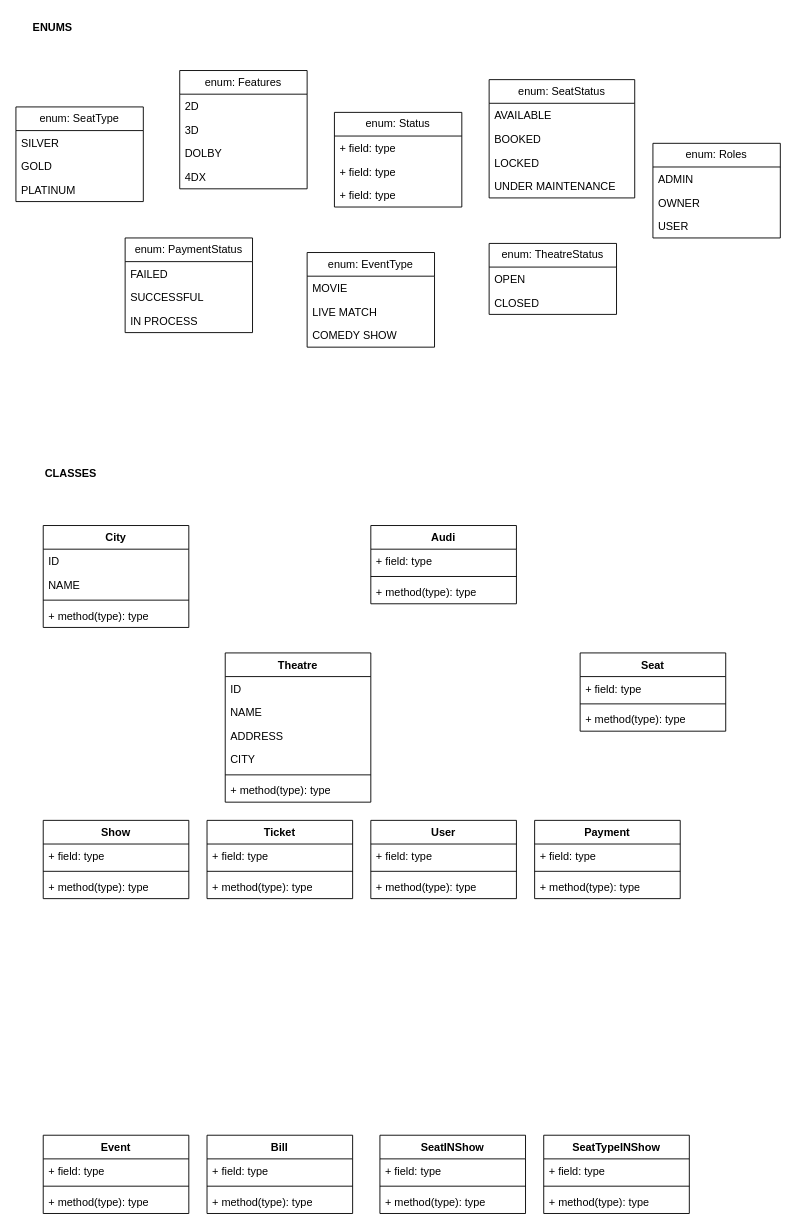
Earlier version of the draw.io diagram BookMySHow.drawio (surajnaik90/Architectures-Designs). Source tidied: cells renumbered, new cells numbered last; positions are measured from the earlier drawing's top-left corner, leaving out a move shared by most shapes. Both pictures are drawn from the tidied source at 91%, with x=0, y=0 at pixel (15, 15).
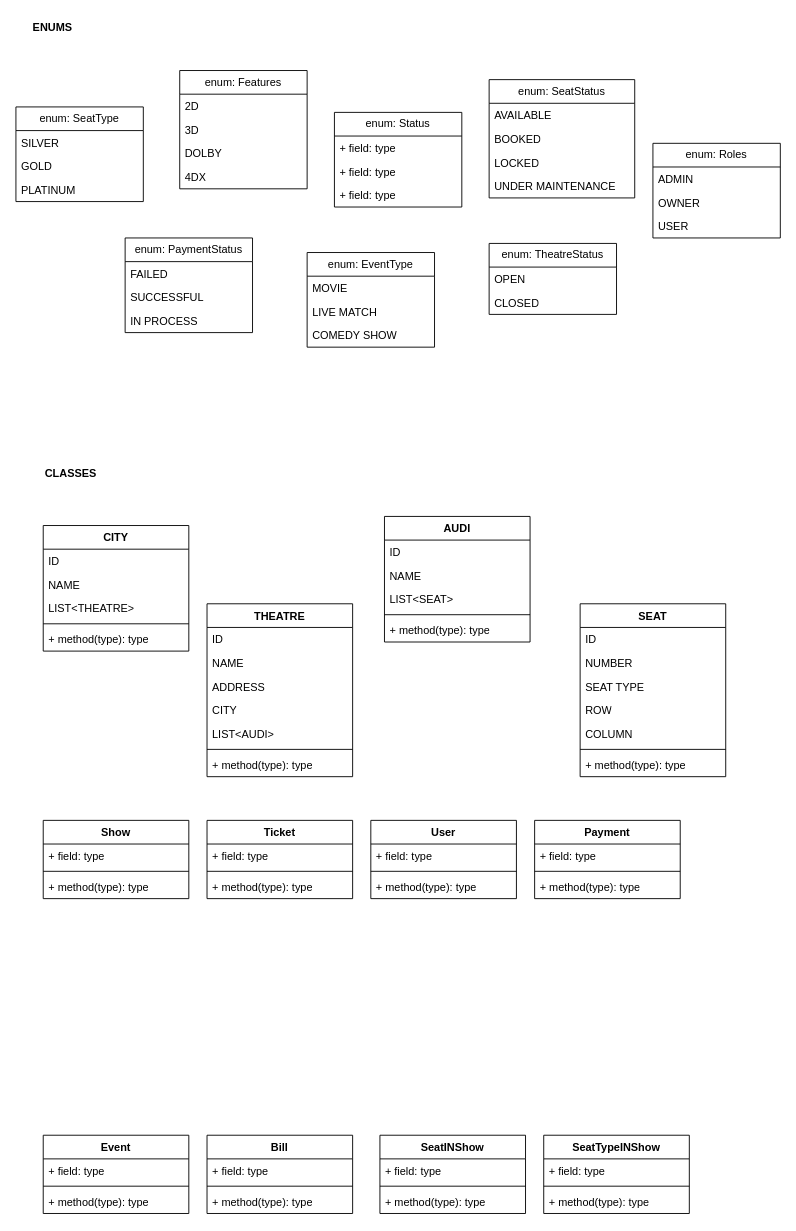
The same page after the edit.

What changed in the source:
```diff
@@
-    <mxCell id="2" value="Theatre" style="swimlane;fontStyle=1;align=center;verticalAlign=top;horizontal=1;startSize=26;whiteSpace=wrap;html=1;" parent="1" vertex="1">
-      <mxGeometry x="230" y="700" width="160" height="164" as="geometry" />
+    <mxCell id="2" value="THEATRE" style="swimlane;fontStyle=1;align=center;verticalAlign=top;horizontal=1;startSize=26;whiteSpace=wrap;html=1;" parent="1" vertex="1">
+      <mxGeometry x="210" y="646" width="160" height="190" as="geometry" />
     </mxCell>
@@
+    <mxCell id="89" value="LIST&amp;lt;AUDI&amp;gt;" style="text;strokeColor=none;fillColor=none;align=left;verticalAlign=top;spacingLeft=4;spacingRight=4;overflow=hidden;whiteSpace=wrap;html=1;" parent="2" vertex="1">
+      <mxGeometry y="130" width="160" height="26" as="geometry" />
+    </mxCell>
     <mxCell id="7" style="line;strokeWidth=1;fillColor=none;align=left;verticalAlign=middle;spacingTop=-1;spacingLeft=3;spacingRight=3;labelPosition=right;strokeColor=inherit;" parent="2" vertex="1">
-      <mxGeometry y="130" width="160" height="8" as="geometry" />
+      <mxGeometry y="156" width="160" height="8" as="geometry" />
     </mxCell>
     <mxCell id="8" value="+ method(type): type" style="text;strokeColor=none;fillColor=none;align=left;verticalAlign=top;spacingLeft=4;spacingRight=4;overflow=hidden;whiteSpace=wrap;html=1;" parent="2" vertex="1">
-      <mxGeometry y="138" width="160" height="26" as="geometry" />
+      <mxGeometry y="164" width="160" height="26" as="geometry" />
     </mxCell>
@@
-    <mxCell id="38" value="City" style="swimlane;fontStyle=1;align=center;verticalAlign=top;horizontal=1;startSize=26;whiteSpace=wrap;html=1;" parent="1" vertex="1">
-      <mxGeometry x="30" y="560" width="160" height="112" as="geometry" />
+    <mxCell id="38" value="CITY" style="swimlane;fontStyle=1;align=center;verticalAlign=top;horizontal=1;startSize=26;whiteSpace=wrap;html=1;" parent="1" vertex="1">
+      <mxGeometry x="30" y="560" width="160" height="138" as="geometry" />
     </mxCell>
@@
+    <mxCell id="90" value="LIST&amp;lt;THEATRE&amp;gt;" style="text;strokeColor=none;fillColor=none;align=left;verticalAlign=top;spacingLeft=4;spacingRight=4;overflow=hidden;whiteSpace=wrap;html=1;" parent="38" vertex="1">
+      <mxGeometry y="78" width="160" height="26" as="geometry" />
+    </mxCell>
     <mxCell id="41" style="line;strokeWidth=1;fillColor=none;align=left;verticalAlign=middle;spacingTop=-1;spacingLeft=3;spacingRight=3;labelPosition=right;strokeColor=inherit;" parent="38" vertex="1">
-      <mxGeometry y="78" width="160" height="8" as="geometry" />
+      <mxGeometry y="104" width="160" height="8" as="geometry" />
     </mxCell>
     <mxCell id="42" value="+ method(type): type" style="text;strokeColor=none;fillColor=none;align=left;verticalAlign=top;spacingLeft=4;spacingRight=4;overflow=hidden;whiteSpace=wrap;html=1;" parent="38" vertex="1">
-      <mxGeometry y="86" width="160" height="26" as="geometry" />
+      <mxGeometry y="112" width="160" height="26" as="geometry" />
     </mxCell>
-    <mxCell id="43" value="Audi" style="swimlane;fontStyle=1;align=center;verticalAlign=top;horizontal=1;startSize=26;whiteSpace=wrap;html=1;" parent="1" vertex="1">
-      <mxGeometry x="390" y="560" width="160" height="86" as="geometry" />
+    <mxCell id="43" value="AUDI" style="swimlane;fontStyle=1;align=center;verticalAlign=top;horizontal=1;startSize=26;whiteSpace=wrap;html=1;" parent="1" vertex="1">
+      <mxGeometry x="405" y="550" width="160" height="138" as="geometry" />
     </mxCell>
+    <mxCell id="91" value="ID" style="text;strokeColor=none;fillColor=none;align=left;verticalAlign=top;spacingLeft=4;spacingRight=4;overflow=hidden;whiteSpace=wrap;html=1;" parent="43" vertex="1">
+      <mxGeometry y="26" width="160" height="26" as="geometry" />
+    </mxCell>
-    <mxCell id="44" value="+ field: type" style="text;strokeColor=none;fillColor=none;align=left;verticalAlign=top;spacingLeft=4;spacingRight=4;overflow=hidden;whiteSpace=wrap;html=1;" parent="43" vertex="1">
-      <mxGeometry y="26" width="160" height="26" as="geometry" />
+    <mxCell id="44" value="NAME" style="text;strokeColor=none;fillColor=none;align=left;verticalAlign=top;spacingLeft=4;spacingRight=4;overflow=hidden;whiteSpace=wrap;html=1;" parent="43" vertex="1">
+      <mxGeometry y="52" width="160" height="26" as="geometry" />
     </mxCell>
+    <mxCell id="92" value="LIST&amp;lt;SEAT&amp;gt;" style="text;strokeColor=none;fillColor=none;align=left;verticalAlign=top;spacingLeft=4;spacingRight=4;overflow=hidden;whiteSpace=wrap;html=1;" parent="43" vertex="1">
+      <mxGeometry y="78" width="160" height="26" as="geometry" />
+    </mxCell>
     <mxCell id="45" style="line;strokeWidth=1;fillColor=none;align=left;verticalAlign=middle;spacingTop=-1;spacingLeft=3;spacingRight=3;labelPosition=right;strokeColor=inherit;" parent="43" vertex="1">
-      <mxGeometry y="52" width="160" height="8" as="geometry" />
+      <mxGeometry y="104" width="160" height="8" as="geometry" />
     </mxCell>
     <mxCell id="46" value="+ method(type): type" style="text;strokeColor=none;fillColor=none;align=left;verticalAlign=top;spacingLeft=4;spacingRight=4;overflow=hidden;whiteSpace=wrap;html=1;" parent="43" vertex="1">
-      <mxGeometry y="60" width="160" height="26" as="geometry" />
+      <mxGeometry y="112" width="160" height="26" as="geometry" />
     </mxCell>
-    <mxCell id="47" value="Seat" style="swimlane;fontStyle=1;align=center;verticalAlign=top;horizontal=1;startSize=26;whiteSpace=wrap;html=1;" parent="1" vertex="1">
-      <mxGeometry x="620" y="700" width="160" height="86" as="geometry" />
+    <mxCell id="47" value="SEAT" style="swimlane;fontStyle=1;align=center;verticalAlign=top;horizontal=1;startSize=26;whiteSpace=wrap;html=1;" parent="1" vertex="1">
+      <mxGeometry x="620" y="646" width="160" height="190" as="geometry" />
     </mxCell>
-    <mxCell id="48" value="+ field: type" style="text;strokeColor=none;fillColor=none;align=left;verticalAlign=top;spacingLeft=4;spacingRight=4;overflow=hidden;whiteSpace=wrap;html=1;" parent="47" vertex="1">
+    <mxCell id="48" value="ID" style="text;strokeColor=none;fillColor=none;align=left;verticalAlign=top;spacingLeft=4;spacingRight=4;overflow=hidden;whiteSpace=wrap;html=1;" parent="47" vertex="1">
       <mxGeometry y="26" width="160" height="26" as="geometry" />
     </mxCell>
+    <mxCell id="93" value="NUMBER" style="text;strokeColor=none;fillColor=none;align=left;verticalAlign=top;spacingLeft=4;spacingRight=4;overflow=hidden;whiteSpace=wrap;html=1;" parent="47" vertex="1">
+      <mxGeometry y="52" width="160" height="26" as="geometry" />
+    </mxCell>
+    <mxCell id="94" value="SEAT TYPE" style="text;strokeColor=none;fillColor=none;align=left;verticalAlign=top;spacingLeft=4;spacingRight=4;overflow=hidden;whiteSpace=wrap;html=1;" parent="47" vertex="1">
+      <mxGeometry y="78" width="160" height="26" as="geometry" />
+    </mxCell>
+    <mxCell id="95" value="ROW" style="text;strokeColor=none;fillColor=none;align=left;verticalAlign=top;spacingLeft=4;spacingRight=4;overflow=hidden;whiteSpace=wrap;html=1;" parent="47" vertex="1">
+      <mxGeometry y="104" width="160" height="26" as="geometry" />
+    </mxCell>
+    <mxCell id="96" value="COLUMN" style="text;strokeColor=none;fillColor=none;align=left;verticalAlign=top;spacingLeft=4;spacingRight=4;overflow=hidden;whiteSpace=wrap;html=1;" parent="47" vertex="1">
+      <mxGeometry y="130" width="160" height="26" as="geometry" />
+    </mxCell>
     <mxCell id="49" style="line;strokeWidth=1;fillColor=none;align=left;verticalAlign=middle;spacingTop=-1;spacingLeft=3;spacingRight=3;labelPosition=right;strokeColor=inherit;" parent="47" vertex="1">
-      <mxGeometry y="52" width="160" height="8" as="geometry" />
+      <mxGeometry y="156" width="160" height="8" as="geometry" />
     </mxCell>
     <mxCell id="50" value="+ method(type): type" style="text;strokeColor=none;fillColor=none;align=left;verticalAlign=top;spacingLeft=4;spacingRight=4;overflow=hidden;whiteSpace=wrap;html=1;" parent="47" vertex="1">
-      <mxGeometry y="60" width="160" height="26" as="geometry" />
+      <mxGeometry y="164" width="160" height="26" as="geometry" />
     </mxCell>
```
